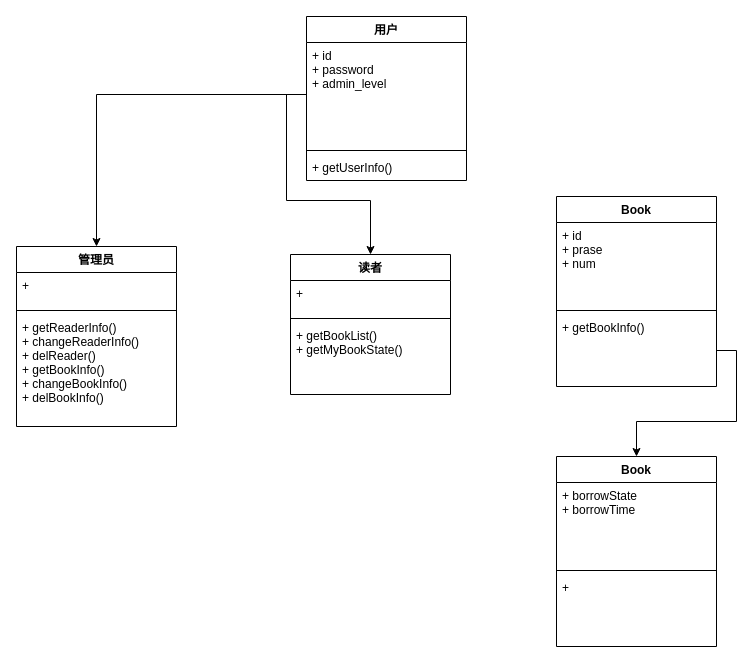
The draw.io diagram 软分课设/类图.drawio in myjdml/drowio, before the edit. Source tidied: cells renumbered, new cells numbered last; positions are measured from the earlier drawing's top-left corner, leaving out a move shared by most shapes. Both pictures are drawn from the tidied source at 100%, with x=0, y=0 at pixel (16, 16).
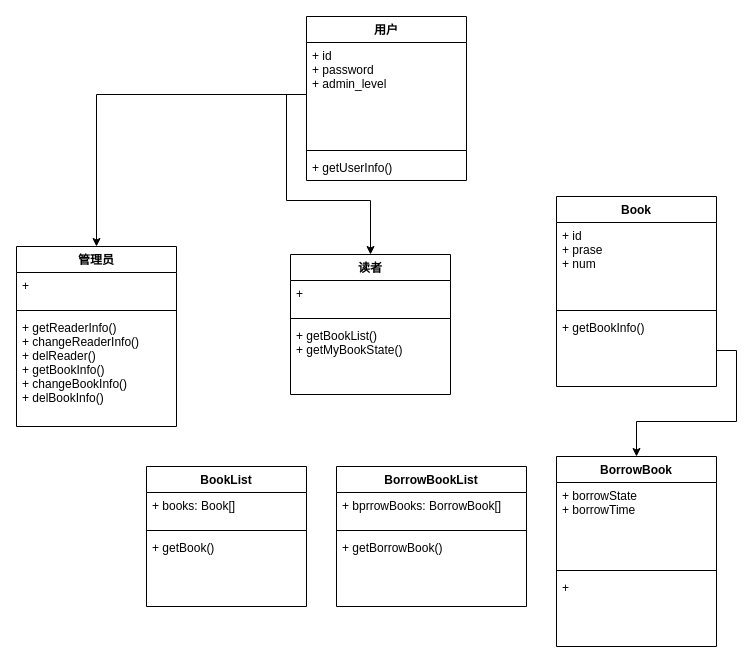
Above is the later version.

Change to the diagram source:
```diff
@@
-    <mxCell id="18" value="Book" style="swimlane;fontStyle=1;align=center;verticalAlign=top;horizontal=1;startSize=26;" parent="1" vertex="1">
+    <mxCell id="18" value="BorrowBook" style="swimlane;fontStyle=1;align=center;verticalAlign=top;horizontal=1;startSize=26;" parent="1" vertex="1">
       <mxGeometry x="540" y="440" width="160" height="190" as="geometry" />
     </mxCell>
@@
+    <mxCell id="25" value="BookList" style="swimlane;fontStyle=1;align=center;verticalAlign=top;horizontal=1;startSize=26;" parent="1" vertex="1">
+      <mxGeometry x="130" y="450" width="160" height="140" as="geometry" />
+    </mxCell>
+    <mxCell id="26" value="+ books: Book[]" style="text;strokeColor=none;fillColor=none;align=left;verticalAlign=top;spacingLeft=4;spacingRight=4;overflow=hidden;" parent="25" vertex="1">
+      <mxGeometry y="26" width="160" height="34" as="geometry" />
+    </mxCell>
+    <mxCell id="27" style="line;strokeWidth=1;fillColor=none;align=left;verticalAlign=middle;spacingTop=-1;spacingLeft=3;spacingRight=3;labelPosition=right;" parent="25" vertex="1">
+      <mxGeometry y="60" width="160" height="8" as="geometry" />
+    </mxCell>
+    <mxCell id="28" value="+ getBook()" style="text;strokeColor=none;fillColor=none;align=left;verticalAlign=top;spacingLeft=4;spacingRight=4;overflow=hidden;" parent="25" vertex="1">
+      <mxGeometry y="68" width="160" height="72" as="geometry" />
+    </mxCell>
+    <mxCell id="29" value="BorrowBookList" style="swimlane;fontStyle=1;align=center;verticalAlign=top;horizontal=1;startSize=26;" parent="1" vertex="1">
+      <mxGeometry x="320" y="450" width="190" height="140" as="geometry" />
+    </mxCell>
+    <mxCell id="30" value="+ bprrowBooks: BorrowBook[]" style="text;strokeColor=none;fillColor=none;align=left;verticalAlign=top;spacingLeft=4;spacingRight=4;overflow=hidden;" parent="29" vertex="1">
+      <mxGeometry y="26" width="190" height="34" as="geometry" />
+    </mxCell>
+    <mxCell id="31" style="line;strokeWidth=1;fillColor=none;align=left;verticalAlign=middle;spacingTop=-1;spacingLeft=3;spacingRight=3;labelPosition=right;" parent="29" vertex="1">
+      <mxGeometry y="60" width="190" height="8" as="geometry" />
+    </mxCell>
+    <mxCell id="32" value="+ getBorrowBook()" style="text;strokeColor=none;fillColor=none;align=left;verticalAlign=top;spacingLeft=4;spacingRight=4;overflow=hidden;" parent="29" vertex="1">
+      <mxGeometry y="68" width="190" height="72" as="geometry" />
+    </mxCell>
```
